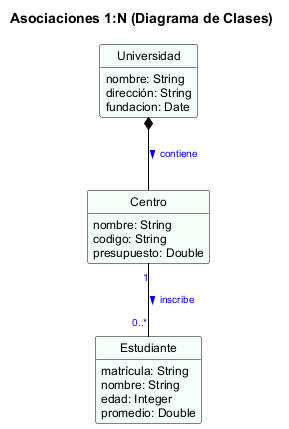
Before: assets/images/iissi1/mc2mr/asociaciones-1n-clases.png, a diagram exported from PlantUML (IISSI-US/web).
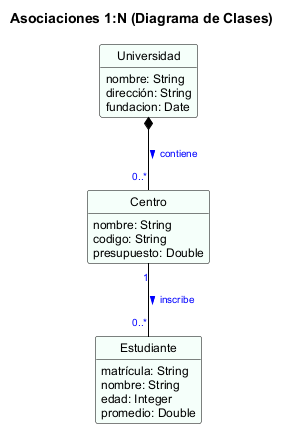
The same diagram one commit later.

Commit message:
añadido ejemplo de divición en asociaones 1:n, mc2mr-asociaciones-1n, añadir multiplicidad a "contiene" Fixes #45

The edit, as a diff of the source:
```diff
@@ -22,6 +22,6 @@
   promedio: Double
 }
 
-Universidad *-- Centro : contiene >
+Universidad *-- "0..*" Centro : contiene >
 Centro "1" -- "0..*" Estudiante : inscribe >
 @enduml
```
